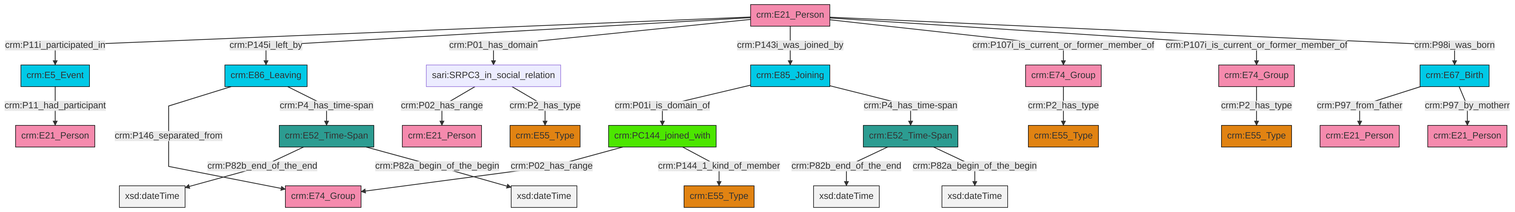
swiss-art-research-net/docs.swissartresearch keeps this Mermaid diagram as et/personCSV/ttl/mmd/png/Person_Actor_Relations.png. Above is the earlier version. Its source is kept beside it as et/personCSV/ttl/mmd/Person_Actor_Relations.ttl.mmd.
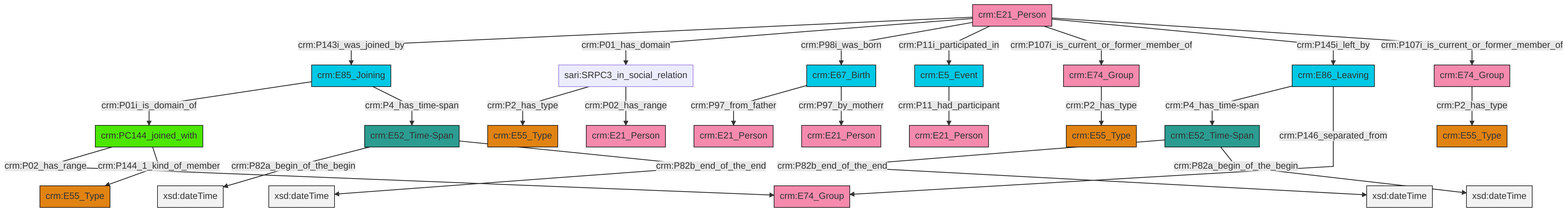
After the commit.

The edit, as a diff of the source:
```diff
@@ -13,27 +13,27 @@
 classDef PC_Classes fill:#4ce600, stroke:#000000;
 classDef Multi fill:#cccccc,stroke:#000000;
 
-0["crm:E52_Time-Span"]:::Time-Span -->|crm:P82b_end_of_the_end| 1[xsd:dateTime]:::Literal
-4["sari:SRPC3_in_social_relation"]:::Default -->|crm:P02_has_range| 5["crm:E21_Person"]:::Actor
-8["crm:E86_Leaving"]:::Temporal_Entity -->|crm:P146_separated_from| 9["crm:E74_Group"]:::Actor
-15["crm:E21_Person"]:::Actor -->|crm:P11i_participated_in| 18["crm:E5_Event"]:::Temporal_Entity
-15["crm:E21_Person"]:::Actor -->|crm:P145i_left_by| 8["crm:E86_Leaving"]:::Temporal_Entity
-21["crm:PC144_joined_with"]:::PC_Classes -->|crm:P02_has_range| 9["crm:E74_Group"]:::Actor
-21["crm:PC144_joined_with"]:::PC_Classes -->|crm:P144_1_kind_of_member| 2["crm:E55_Type"]:::Type
-11["crm:E52_Time-Span"]:::Time-Span -->|crm:P82b_end_of_the_end| 24[xsd:dateTime]:::Literal
-15["crm:E21_Person"]:::Actor -->|crm:P01_has_domain| 4["sari:SRPC3_in_social_relation"]:::Default
-4["sari:SRPC3_in_social_relation"]:::Default -->|crm:P2_has_type| 6["crm:E55_Type"]:::Type
-25["crm:E74_Group"]:::Actor -->|crm:P2_has_type| 26["crm:E55_Type"]:::Type
-35["crm:E67_Birth"]:::Temporal_Entity -->|crm:P97_from_father| 36["crm:E21_Person"]:::Actor
-15["crm:E21_Person"]:::Actor -->|crm:P143i_was_joined_by| 22["crm:E85_Joining"]:::Temporal_Entity
-11["crm:E52_Time-Span"]:::Time-Span -->|crm:P82a_begin_of_the_begin| 39[xsd:dateTime]:::Literal
-18["crm:E5_Event"]:::Temporal_Entity -->|crm:P11_had_participant| 33["crm:E21_Person"]:::Actor
-8["crm:E86_Leaving"]:::Temporal_Entity -->|crm:P4_has_time-span| 0["crm:E52_Time-Span"]:::Time-Span
-0["crm:E52_Time-Span"]:::Time-Span -->|crm:P82a_begin_of_the_begin| 41[xsd:dateTime]:::Literal
-22["crm:E85_Joining"]:::Temporal_Entity -->|crm:P01i_is_domain_of| 21["crm:PC144_joined_with"]:::PC_Classes
-35["crm:E67_Birth"]:::Temporal_Entity -->|crm:P97_by_motherr| 13["crm:E21_Person"]:::Actor
-31["crm:E74_Group"]:::Actor -->|crm:P2_has_type| 42["crm:E55_Type"]:::Type
-15["crm:E21_Person"]:::Actor -->|crm:P107i_is_current_or_former_member_of| 25["crm:E74_Group"]:::Actor
-15["crm:E21_Person"]:::Actor -->|crm:P107i_is_current_or_former_member_of| 31["crm:E74_Group"]:::Actor
-22["crm:E85_Joining"]:::Temporal_Entity -->|crm:P4_has_time-span| 11["crm:E52_Time-Span"]:::Time-Span
-15["crm:E21_Person"]:::Actor -->|crm:P98i_was_born| 35["crm:E67_Birth"]:::Temporal_Entity
+4["crm:E52_Time-Span"]:::Time-Span -->|crm:P82b_end_of_the_end| 5[xsd:dateTime]:::Literal
+6["crm:E21_Person"]:::Actor -->|crm:P143i_was_joined_by| 2["crm:E85_Joining"]:::Temporal_Entity
+7["crm:E74_Group"]:::Actor -->|crm:P2_has_type| 8["crm:E55_Type"]:::Type
+6["crm:E21_Person"]:::Actor -->|crm:P01_has_domain| 9["sari:SRPC3_in_social_relation"]:::Default
+14["crm:E5_Event"]:::Temporal_Entity -->|crm:P11_had_participant| 15["crm:E21_Person"]:::Actor
+16["crm:E67_Birth"]:::Temporal_Entity -->|crm:P97_from_father| 12["crm:E21_Person"]:::Actor
+17["crm:E52_Time-Span"]:::Time-Span -->|crm:P82a_begin_of_the_begin| 18[xsd:dateTime]:::Literal
+17["crm:E52_Time-Span"]:::Time-Span -->|crm:P82b_end_of_the_end| 19[xsd:dateTime]:::Literal
+2["crm:E85_Joining"]:::Temporal_Entity -->|crm:P01i_is_domain_of| 20["crm:PC144_joined_with"]:::PC_Classes
+6["crm:E21_Person"]:::Actor -->|crm:P98i_was_born| 16["crm:E67_Birth"]:::Temporal_Entity
+6["crm:E21_Person"]:::Actor -->|crm:P11i_participated_in| 14["crm:E5_Event"]:::Temporal_Entity
+2["crm:E85_Joining"]:::Temporal_Entity -->|crm:P4_has_time-span| 17["crm:E52_Time-Span"]:::Time-Span
+6["crm:E21_Person"]:::Actor -->|crm:P107i_is_current_or_former_member_of| 23["crm:E74_Group"]:::Actor
+6["crm:E21_Person"]:::Actor -->|crm:P145i_left_by| 25["crm:E86_Leaving"]:::Temporal_Entity
+4["crm:E52_Time-Span"]:::Time-Span -->|crm:P82a_begin_of_the_begin| 32[xsd:dateTime]:::Literal
+6["crm:E21_Person"]:::Actor -->|crm:P107i_is_current_or_former_member_of| 7["crm:E74_Group"]:::Actor
+9["sari:SRPC3_in_social_relation"]:::Default -->|crm:P2_has_type| 34["crm:E55_Type"]:::Type
+20["crm:PC144_joined_with"]:::PC_Classes -->|crm:P02_has_range| 26["crm:E74_Group"]:::Actor
+9["sari:SRPC3_in_social_relation"]:::Default -->|crm:P02_has_range| 38["crm:E21_Person"]:::Actor
+23["crm:E74_Group"]:::Actor -->|crm:P2_has_type| 21["crm:E55_Type"]:::Type
+16["crm:E67_Birth"]:::Temporal_Entity -->|crm:P97_by_motherr| 0["crm:E21_Person"]:::Actor
+25["crm:E86_Leaving"]:::Temporal_Entity -->|crm:P4_has_time-span| 4["crm:E52_Time-Span"]:::Time-Span
+20["crm:PC144_joined_with"]:::PC_Classes -->|crm:P144_1_kind_of_member| 28["crm:E55_Type"]:::Type
+25["crm:E86_Leaving"]:::Temporal_Entity -->|crm:P146_separated_from| 26["crm:E74_Group"]:::Actor
```
